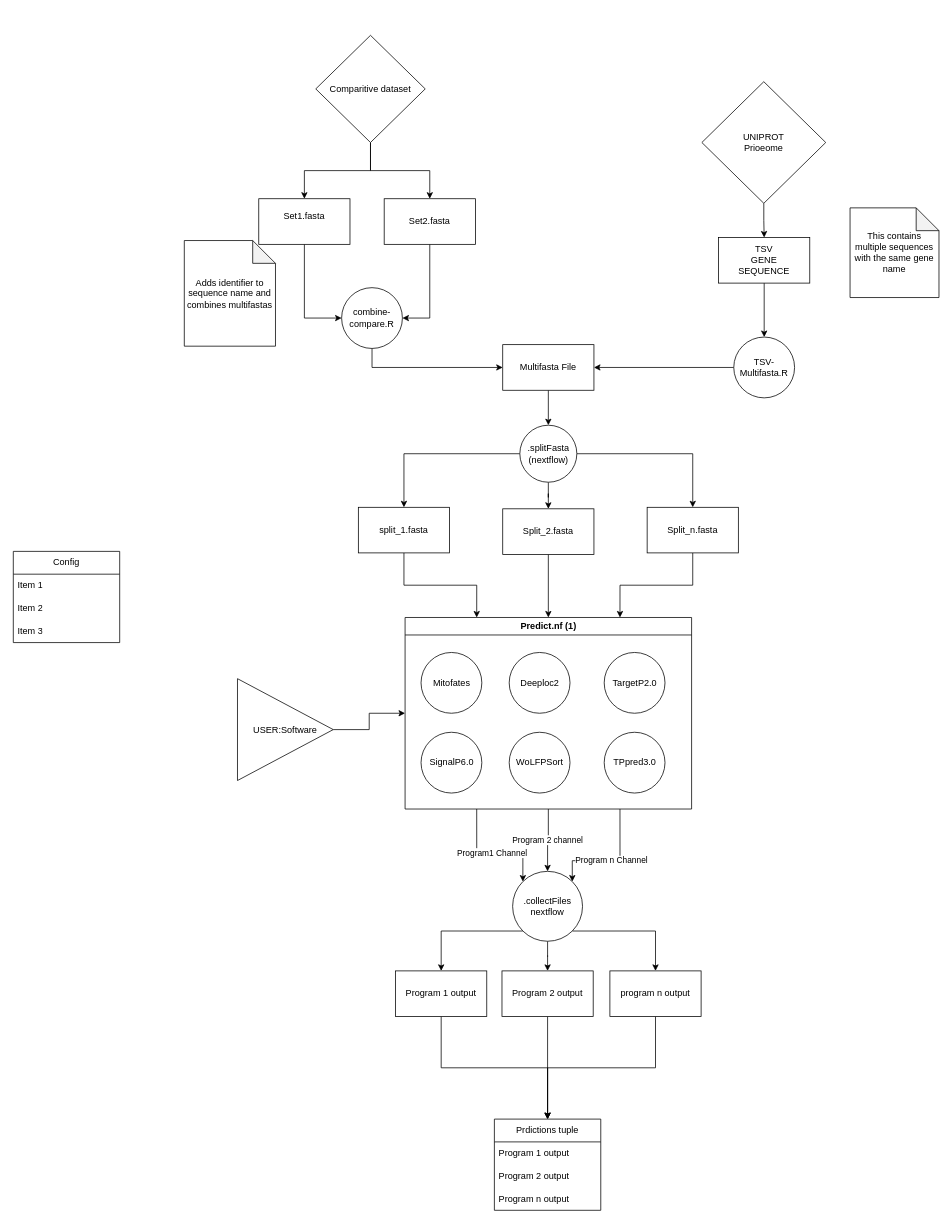
The draw.io diagram Worfklow_Diagram.drawio in k-meiklejohn/changeloc, before the edit. Source tidied: cells renumbered, new cells numbered last; positions are measured from the earlier drawing's top-left corner, leaving out a move shared by most shapes. Both pictures are drawn from the tidied source at 76%, with x=0, y=0 at pixel (13, 35).
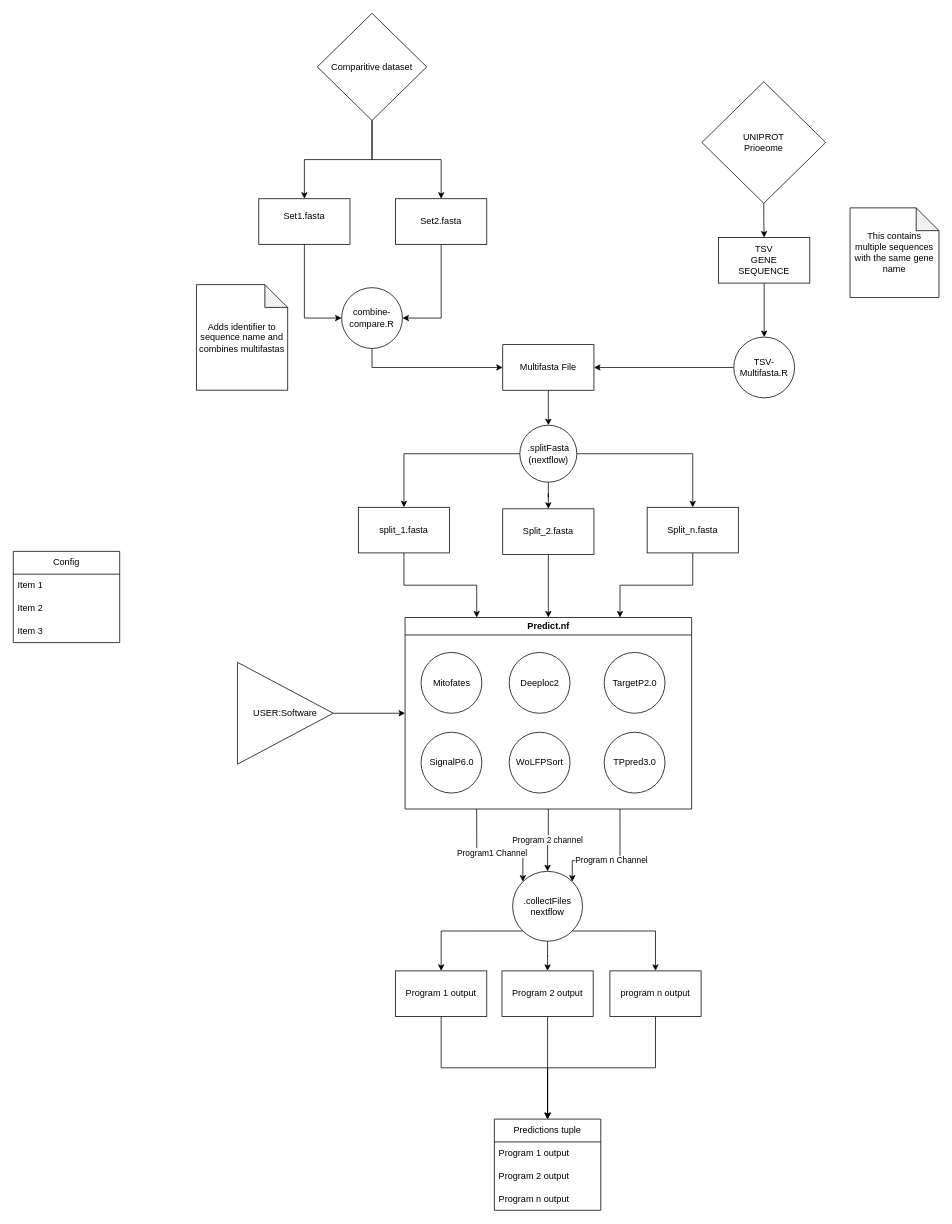
The same page after the edit.

Change to the diagram source:
```diff
@@
     <mxCell id="13" value="Comparitive dataset" style="rhombus;whiteSpace=wrap;html=1;" parent="1" vertex="1">
-      <mxGeometry x="398" width="144" height="141" as="geometry" />
+      <mxGeometry x="400" y="-29" width="144" height="141" as="geometry" />
     </mxCell>
@@
     <mxCell id="17" value="Set2.fasta" style="rounded=0;whiteSpace=wrap;html=1;" parent="1" vertex="1">
-      <mxGeometry x="488" y="215" width="120" height="60" as="geometry" />
+      <mxGeometry x="503" y="215" width="120" height="60" as="geometry" />
     </mxCell>
@@
     <mxCell id="20" value="Adds identifier to sequence name and combines multifastas" style="shape=note;whiteSpace=wrap;html=1;backgroundOutline=1;darkOpacity=0.05;" parent="1" vertex="1">
-      <mxGeometry x="225" y="270" width="120" height="139" as="geometry" />
+      <mxGeometry x="241" y="328" width="120" height="139" as="geometry" />
     </mxCell>
@@
-    <mxCell id="28" value="Predict.nf (1)" style="swimlane;whiteSpace=wrap;html=1;" parent="1" vertex="1">
+    <mxCell id="28" value="Predict.nf" style="swimlane;whiteSpace=wrap;html=1;" parent="1" vertex="1">
       <mxGeometry x="515.5" y="766" width="377" height="252" as="geometry" />
     </mxCell>
@@
     <mxCell id="46" value="USER:Software" style="triangle;whiteSpace=wrap;html=1;" parent="1" vertex="1">
-      <mxGeometry x="295" y="846.5" width="126" height="134" as="geometry" />
+      <mxGeometry x="295" y="825" width="126" height="134" as="geometry" />
     </mxCell>
@@
-    <mxCell id="57" value="Prdictions tuple" style="swimlane;fontStyle=0;horizontal=1;startSize=30;whiteSpace=wrap;html=1;" parent="1" vertex="1">
+    <mxCell id="57" value="Predictions tuple" style="swimlane;fontStyle=0;horizontal=1;startSize=30;whiteSpace=wrap;html=1;" parent="1" vertex="1">
       <mxGeometry x="633" y="1426" width="140" height="120" as="geometry" />
     </mxCell>
```
